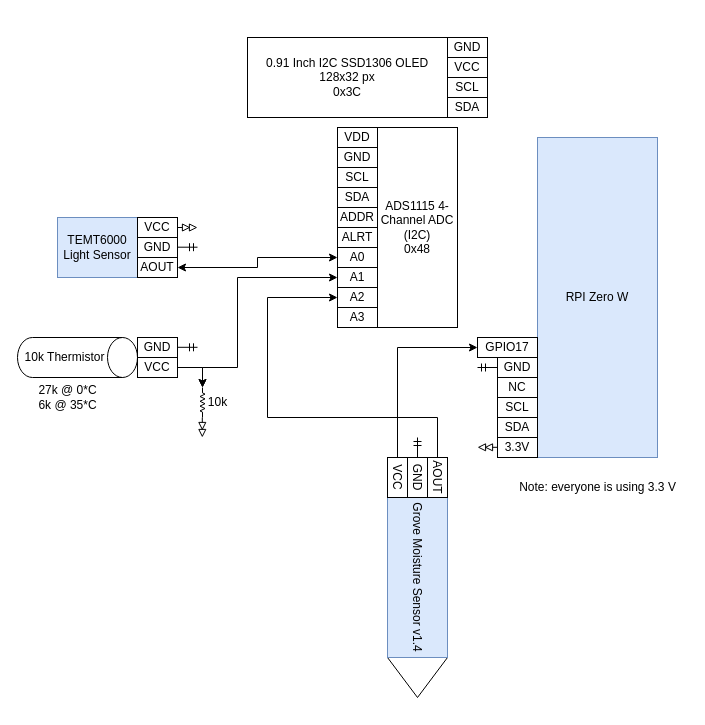
starmaid/plant-monitor keeps this draw.io diagram as page "rpi version" (2 of 3) of cad/plants_hardware.drawio. Above is the earlier version. Source tidied: cells renumbered, new cells numbered last; positions are measured from the earlier drawing's top-left corner, leaving out a move shared by most shapes. Both pictures are drawn from the tidied source at 100%, with x=0, y=0 at pixel (17, 37).
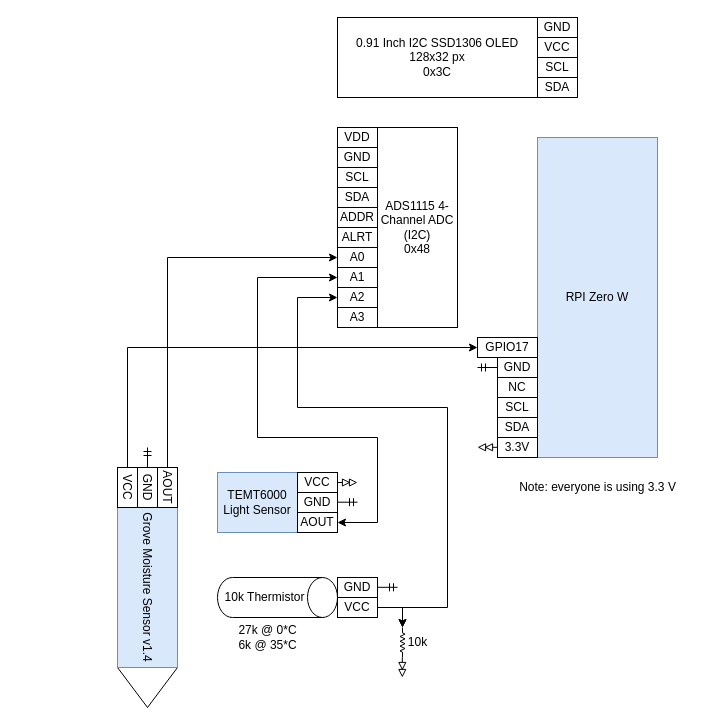
The same diagram, later.

Unchanged cells that the change refers to:
```xml
<mxCell id="5" value="AOUT" style="rounded=0;whiteSpace=wrap;html=1;rotation=90;" parent="2" vertex="1">
  <mxGeometry x="120" y="-80" width="40" height="20" as="geometry" />
</mxCell>
<mxCell id="7" value="VCC" style="rounded=0;whiteSpace=wrap;html=1;rotation=90;" parent="2" vertex="1">
  <mxGeometry x="80" y="-80" width="40" height="20" as="geometry" />
</mxCell>
<mxCell id="27" value="A0" style="rounded=0;whiteSpace=wrap;html=1;rotation=0;" parent="1" vertex="1">
  <mxGeometry x="320" y="210" width="40" height="20" as="geometry" />
</mxCell>
<mxCell id="29" value="A2" style="rounded=0;whiteSpace=wrap;html=1;rotation=0;" parent="1" vertex="1">
  <mxGeometry x="320" y="250" width="40" height="20" as="geometry" />
</mxCell>
<mxCell id="31" value="A1" style="rounded=0;whiteSpace=wrap;html=1;rotation=0;" parent="1" vertex="1">
  <mxGeometry x="320" y="230" width="40" height="20" as="geometry" />
</mxCell>
<mxCell id="43" value="GPIO17" style="rounded=0;whiteSpace=wrap;html=1;rotation=0;" parent="1" vertex="1">
  <mxGeometry x="460" y="300" width="60" height="20" as="geometry" />
</mxCell>
```

Diff of the diagram source:
```diff
@@
     <mxCell id="2" style="group;rotation=90;" parent="1" vertex="1">
-      <mxGeometry x="280" y="510" width="240" height="60" as="geometry" />
+      <mxGeometry x="10" y="520" width="240" height="60" as="geometry" />
     </mxCell>
@@
     <mxCell id="8" value="TEMT6000 Light Sensor" style="rounded=0;whiteSpace=wrap;html=1;rotation=0;fillColor=#dae8fc;strokeColor=#6c8ebf;" parent="1" vertex="1">
-      <mxGeometry x="40" y="180" width="80" height="60" as="geometry" />
+      <mxGeometry x="200" y="435" width="80" height="60" as="geometry" />
     </mxCell>
     <mxCell id="9" style="edgeStyle=orthogonalEdgeStyle;rounded=0;orthogonalLoop=1;jettySize=auto;html=1;endArrow=ERmandOne;endFill=0;" parent="1" edge="1">
       <mxGeometry relative="1" as="geometry">
-        <mxPoint x="160" y="209.7" as="sourcePoint" />
-        <mxPoint x="180" y="209.7" as="targetPoint" />
+        <mxPoint x="320" y="464.7" as="sourcePoint" />
+        <mxPoint x="340" y="464.7" as="targetPoint" />
       </mxGeometry>
     </mxCell>
     <mxCell id="10" style="edgeStyle=orthogonalEdgeStyle;rounded=0;orthogonalLoop=1;jettySize=auto;html=1;endArrow=doubleBlock;endFill=0;" parent="1" edge="1">
       <mxGeometry relative="1" as="geometry">
-        <mxPoint x="160" y="190" as="sourcePoint" />
-        <mxPoint x="180" y="190" as="targetPoint" />
+        <mxPoint x="320" y="445" as="sourcePoint" />
+        <mxPoint x="340" y="445" as="targetPoint" />
       </mxGeometry>
     </mxCell>
-    <mxCell id="11" style="edgeStyle=orthogonalEdgeStyle;rounded=0;jettySize=auto;html=1;entryX=0;entryY=0.5;entryDx=0;entryDy=0;startArrow=classic;startFill=1;" parent="1" edge="1" source="12" target="27">
-      <mxGeometry relative="1" as="geometry" />
+    <mxCell id="11" style="edgeStyle=orthogonalEdgeStyle;rounded=0;jettySize=auto;html=1;startArrow=classic;startFill=1;entryX=0;entryY=0.5;entryDx=0;entryDy=0;" parent="1" edge="1" source="12" target="31">
+      <mxGeometry relative="1" as="geometry">
+        <Array as="points">
+          <mxPoint x="360" y="485" />
+          <mxPoint x="360" y="400" />
+          <mxPoint x="240" y="400" />
+          <mxPoint x="240" y="240" />
+        </Array>
+      </mxGeometry>
     </mxCell>
     <mxCell id="12" value="AOUT" style="rounded=0;whiteSpace=wrap;html=1;rotation=0;" parent="1" vertex="1">
-      <mxGeometry x="120" y="220" width="40" height="20" as="geometry" />
+      <mxGeometry x="280" y="475" width="40" height="20" as="geometry" />
     </mxCell>
     <mxCell id="13" value="GND" style="rounded=0;whiteSpace=wrap;html=1;rotation=0;" parent="1" vertex="1">
-      <mxGeometry x="120" y="200" width="40" height="20" as="geometry" />
+      <mxGeometry x="280" y="455" width="40" height="20" as="geometry" />
     </mxCell>
     <mxCell id="14" value="VCC" style="rounded=0;whiteSpace=wrap;html=1;rotation=0;" parent="1" vertex="1">
-      <mxGeometry x="120" y="180" width="40" height="20" as="geometry" />
+      <mxGeometry x="280" y="435" width="40" height="20" as="geometry" />
     </mxCell>
     <mxCell id="15" value="0.91 Inch I2C SSD1306 OLED&lt;br&gt;128x32 px&lt;br&gt;0x3C" style="rounded=0;whiteSpace=wrap;html=1;" parent="1" vertex="1">
-      <mxGeometry x="230" width="200" height="80" as="geometry" />
+      <mxGeometry x="320" y="-20" width="200" height="80" as="geometry" />
     </mxCell>
     <mxCell id="16" value="GND" style="rounded=0;whiteSpace=wrap;html=1;rotation=0;" parent="1" vertex="1">
-      <mxGeometry x="430" width="40" height="20" as="geometry" />
+      <mxGeometry x="520" y="-20" width="40" height="20" as="geometry" />
     </mxCell>
     <mxCell id="17" value="VCC" style="rounded=0;whiteSpace=wrap;html=1;rotation=0;" parent="1" vertex="1">
-      <mxGeometry x="430" y="20" width="40" height="20" as="geometry" />
+      <mxGeometry x="520" width="40" height="20" as="geometry" />
     </mxCell>
     <mxCell id="18" value="SCL" style="rounded=0;whiteSpace=wrap;html=1;rotation=0;" parent="1" vertex="1">
-      <mxGeometry x="430" y="40" width="40" height="20" as="geometry" />
+      <mxGeometry x="520" y="20" width="40" height="20" as="geometry" />
     </mxCell>
     <mxCell id="19" value="SDA" style="rounded=0;whiteSpace=wrap;html=1;rotation=0;" parent="1" vertex="1">
-      <mxGeometry x="430" y="60" width="40" height="20" as="geometry" />
+      <mxGeometry x="520" y="40" width="40" height="20" as="geometry" />
     </mxCell>
@@
-    <mxCell id="30" style="edgeStyle=orthogonalEdgeStyle;rounded=0;jettySize=auto;html=1;entryX=0;entryY=0.5;entryDx=0;entryDy=0;entryPerimeter=0;startArrow=classic;startFill=1;" parent="1" edge="1" source="31" target="32">
+    <mxCell id="30" style="edgeStyle=orthogonalEdgeStyle;rounded=0;jettySize=auto;html=1;entryX=0;entryY=0.5;entryDx=0;entryDy=0;entryPerimeter=0;startArrow=classic;startFill=1;exitX=0;exitY=0.5;exitDx=0;exitDy=0;" parent="1" edge="1" source="29" target="32">
       <mxGeometry relative="1" as="geometry">
         <Array as="points">
-          <mxPoint x="220" y="240" />
-          <mxPoint x="220" y="330" />
-          <mxPoint x="185" y="330" />
+          <mxPoint x="280" y="260" />
+          <mxPoint x="280" y="370" />
+          <mxPoint x="430" y="370" />
+          <mxPoint x="430" y="570" />
+          <mxPoint x="385" y="570" />
         </Array>
       </mxGeometry>
     </mxCell>
@@
     <mxCell id="32" style="verticalLabelPosition=bottom;shadow=0;dashed=0;align=center;html=1;verticalAlign=top;shape=mxgraph.electrical.resistors.resistor_2;rotation=90;" parent="1" vertex="1">
-      <mxGeometry x="170" y="362.5" width="30" height="5" as="geometry" />
+      <mxGeometry x="370" y="602.5" width="30" height="5" as="geometry" />
     </mxCell>
     <mxCell id="33" value="10k Thermistor" style="shape=cylinder3;whiteSpace=wrap;html=1;boundedLbl=1;backgroundOutline=1;size=15;rotation=0;direction=south;" parent="1" vertex="1">
-      <mxGeometry y="300" width="120" height="40" as="geometry" />
+      <mxGeometry x="200" y="540" width="120" height="40" as="geometry" />
     </mxCell>
     <mxCell id="34" value="GND" style="rounded=0;whiteSpace=wrap;html=1;rotation=0;" parent="1" vertex="1">
-      <mxGeometry x="120" y="300" width="40" height="20" as="geometry" />
+      <mxGeometry x="320" y="540" width="40" height="20" as="geometry" />
     </mxCell>
@@
     <mxCell id="36" value="VCC" style="rounded=0;whiteSpace=wrap;html=1;rotation=0;" parent="1" vertex="1">
-      <mxGeometry x="120" y="320" width="40" height="20" as="geometry" />
+      <mxGeometry x="320" y="560" width="40" height="20" as="geometry" />
     </mxCell>
     <mxCell id="37" style="edgeStyle=orthogonalEdgeStyle;rounded=0;orthogonalLoop=1;jettySize=auto;html=1;endArrow=ERmandOne;endFill=0;" parent="1" edge="1">
       <mxGeometry relative="1" as="geometry">
-        <mxPoint x="160" y="309.8" as="sourcePoint" />
-        <mxPoint x="180" y="309.8" as="targetPoint" />
+        <mxPoint x="360" y="549.8" as="sourcePoint" />
+        <mxPoint x="380" y="549.8" as="targetPoint" />
       </mxGeometry>
     </mxCell>
     <mxCell id="38" style="edgeStyle=orthogonalEdgeStyle;rounded=0;orthogonalLoop=1;jettySize=auto;html=1;endArrow=doubleBlock;endFill=0;" parent="1" edge="1">
       <mxGeometry relative="1" as="geometry">
-        <mxPoint x="184.8" y="380" as="sourcePoint" />
-        <mxPoint x="184.8" y="400" as="targetPoint" />
+        <mxPoint x="384.8" y="620" as="sourcePoint" />
+        <mxPoint x="384.8" y="640" as="targetPoint" />
       </mxGeometry>
     </mxCell>
     <mxCell id="39" value="10k" style="text;html=1;align=center;verticalAlign=middle;strokeColor=none;fillColor=none;" parent="1" vertex="1">
-      <mxGeometry x="180" y="350" width="40" height="30" as="geometry" />
+      <mxGeometry x="380" y="590" width="40" height="30" as="geometry" />
     </mxCell>
     <mxCell id="40" style="edgeStyle=orthogonalEdgeStyle;rounded=0;orthogonalLoop=1;jettySize=auto;html=1;endArrow=ERmandOne;endFill=0;exitX=0.75;exitY=0;exitDx=0;exitDy=0;" parent="1" edge="1">
       <mxGeometry relative="1" as="geometry">
-        <mxPoint x="400" y="420" as="sourcePoint" />
-        <mxPoint x="400" y="400" as="targetPoint" />
+        <mxPoint x="130" y="430" as="sourcePoint" />
+        <mxPoint x="130" y="410" as="targetPoint" />
       </mxGeometry>
     </mxCell>
-    <mxCell id="41" style="edgeStyle=orthogonalEdgeStyle;rounded=0;jettySize=auto;html=1;entryX=0;entryY=0.5;entryDx=0;entryDy=0;" parent="1" edge="1" source="5" target="29">
+    <mxCell id="41" style="edgeStyle=orthogonalEdgeStyle;rounded=0;jettySize=auto;html=1;entryX=0;entryY=0.5;entryDx=0;entryDy=0;" parent="1" edge="1" source="5" target="27">
       <mxGeometry relative="1" as="geometry">
         <Array as="points">
-          <mxPoint x="420" y="380" />
-          <mxPoint x="250" y="380" />
-          <mxPoint x="250" y="260" />
+          <mxPoint x="150" y="220" />
         </Array>
       </mxGeometry>
     </mxCell>
@@
     <mxCell id="44" style="edgeStyle=orthogonalEdgeStyle;rounded=0;jettySize=auto;html=1;entryX=0;entryY=0.5;entryDx=0;entryDy=0;" parent="1" edge="1" source="7" target="43">
       <mxGeometry relative="1" as="geometry">
         <Array as="points">
-          <mxPoint x="380" y="310" />
+          <mxPoint x="110" y="310" />
         </Array>
       </mxGeometry>
     </mxCell>
     <mxCell id="45" value="27k @ 0*C&lt;br&gt;6k @ 35*C" style="text;html=1;align=center;verticalAlign=middle;strokeColor=none;fillColor=none;" parent="1" vertex="1">
-      <mxGeometry x="10" y="340" width="80" height="40" as="geometry" />
+      <mxGeometry x="210" y="580" width="80" height="40" as="geometry" />
     </mxCell>
```
